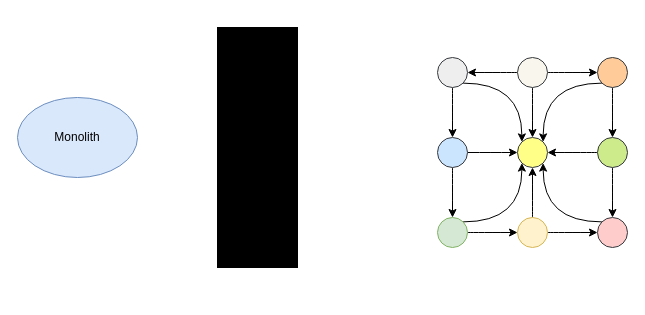
Earlier version of the draw.io diagram src/main/resources/static/images/Untitled Diagram.drawio (gunnarro/gunnarro-web). Source tidied: cells renumbered, new cells numbered last; positions are measured from the earlier drawing's top-left corner, leaving out a move shared by most shapes. Both pictures are drawn from the tidied source at 100%, with x=0, y=0 at pixel (17, 27).
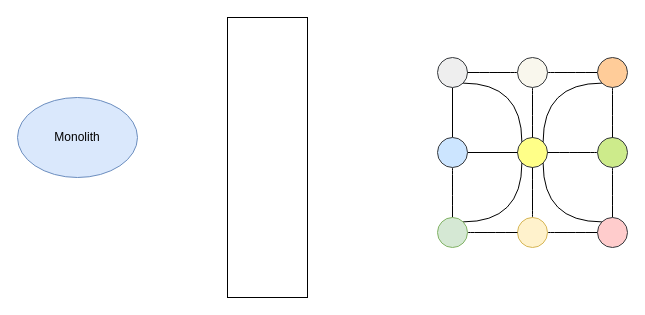
After the change.

Unchanged cells that the change refers to:
```xml
<mxCell id="6" style="ellipse;whiteSpace=wrap;html=1;fillColor=#eeeeee;strokeColor=#36393d;" parent="1" vertex="1">
  <mxGeometry x="420" y="30" width="30" height="30" as="geometry" />
</mxCell>
<mxCell id="7" style="ellipse;whiteSpace=wrap;html=1;fillColor=#ffff88;strokeColor=#36393d;" parent="1" vertex="1">
  <mxGeometry x="500" y="110" width="30" height="30" as="geometry" />
</mxCell>
<mxCell id="10" style="ellipse;whiteSpace=wrap;html=1;fillColor=#cce5ff;strokeColor=#36393d;" parent="1" vertex="1">
  <mxGeometry x="420" y="110" width="30" height="30" as="geometry" />
</mxCell>
<mxCell id="13" style="ellipse;whiteSpace=wrap;html=1;fillColor=#fff2cc;strokeColor=#d6b656;" parent="1" vertex="1">
  <mxGeometry x="500" y="190" width="30" height="30" as="geometry" />
</mxCell>
<mxCell id="16" style="ellipse;whiteSpace=wrap;html=1;fillColor=#cdeb8b;strokeColor=#36393d;" parent="1" vertex="1">
  <mxGeometry x="580" y="110" width="30" height="30" as="geometry" />
</mxCell>
<mxCell id="20" style="ellipse;whiteSpace=wrap;html=1;fillColor=#f9f7ed;strokeColor=#36393d;" parent="1" vertex="1">
  <mxGeometry x="500" y="30" width="30" height="30" as="geometry" />
</mxCell>
<mxCell id="23" style="ellipse;whiteSpace=wrap;html=1;fillColor=#ffcc99;strokeColor=#36393d;" parent="1" vertex="1">
  <mxGeometry x="580" y="30" width="30" height="30" as="geometry" />
</mxCell>
<mxCell id="25" style="ellipse;whiteSpace=wrap;html=1;fillColor=#ffcccc;strokeColor=#36393d;" parent="1" vertex="1">
  <mxGeometry x="580" y="190" width="30" height="30" as="geometry" />
</mxCell>
<mxCell id="28" style="ellipse;whiteSpace=wrap;html=1;fillColor=#d5e8d4;strokeColor=#82b366;" parent="1" vertex="1">
  <mxGeometry x="420" y="190" width="30" height="30" as="geometry" />
</mxCell>
```

Change to the diagram source:
```diff
@@
-    <mxCell id="3" style="rounded=0;whiteSpace=wrap;html=1;strokeColor=#000000;fillColor=#000000;" parent="1" vertex="1">
-      <mxGeometry x="200" width="80" height="240" as="geometry" />
+    <mxCell id="3" style="rounded=0;whiteSpace=wrap;html=1;strokeColor=#000000;fillColor=#FFFFFF;shadow=0;" parent="1" vertex="1">
+      <mxGeometry x="210" y="-10" width="80" height="280" as="geometry" />
     </mxCell>
-    <mxCell id="4" style="edgeStyle=orthogonalEdgeStyle;curved=1;rounded=0;jettySize=auto;html=1;exitX=1;exitY=1;exitDx=0;exitDy=0;entryX=0;entryY=0;entryDx=0;entryDy=0;elbow=vertical;" parent="1" edge="1" source="6" target="7">
+    <mxCell id="4" style="edgeStyle=orthogonalEdgeStyle;curved=1;rounded=0;jettySize=auto;html=1;exitX=1;exitY=1;exitDx=0;exitDy=0;entryX=0;entryY=0;entryDx=0;entryDy=0;elbow=vertical;endArrow=none;endFill=0;" parent="1" edge="1" source="6" target="7">
       <mxGeometry relative="1" as="geometry" />
     </mxCell>
-    <mxCell id="5" style="edgeStyle=orthogonalEdgeStyle;curved=1;rounded=0;jettySize=auto;html=1;exitX=0.5;exitY=1;exitDx=0;exitDy=0;entryX=0.5;entryY=0;entryDx=0;entryDy=0;elbow=vertical;" parent="1" edge="1" source="6" target="10">
+    <mxCell id="5" style="edgeStyle=orthogonalEdgeStyle;rounded=0;jettySize=auto;html=1;exitX=0.5;exitY=1;exitDx=0;exitDy=0;entryX=0.5;entryY=0;entryDx=0;entryDy=0;elbow=vertical;points=[[NaN,NaN,0,0,0],[NaN,NaN,0,0,0],[NaN,NaN,0,0,0],[NaN,NaN,0,0,0],[NaN,NaN,0,0,0],[NaN,NaN,0,0,0],[NaN,NaN,0,0,0],[NaN,NaN,0,0,0],[NaN,NaN,0,0,0],[NaN,NaN,0,0,0],[NaN,NaN,0,0,0],[NaN,NaN,0,0,0],[NaN,NaN,0,0,0],[NaN,NaN,0,0,0],[NaN,NaN,0,0,0],[NaN,NaN,0,0,0]];endArrow=none;endFill=0;" parent="1" edge="1" source="6" target="10">
       <mxGeometry relative="1" as="geometry" />
     </mxCell>
@@
-    <mxCell id="8" style="edgeStyle=orthogonalEdgeStyle;curved=1;rounded=0;jettySize=auto;html=1;exitX=1;exitY=0.5;exitDx=0;exitDy=0;elbow=vertical;" parent="1" edge="1" source="10">
+    <mxCell id="8" style="edgeStyle=orthogonalEdgeStyle;curved=1;rounded=0;jettySize=auto;html=1;exitX=1;exitY=0.5;exitDx=0;exitDy=0;elbow=vertical;endArrow=none;endFill=0;" parent="1" edge="1" source="10">
       <mxGeometry relative="1" as="geometry">
         <mxPoint x="500" y="125" as="targetPoint" />
       </mxGeometry>
     </mxCell>
-    <mxCell id="9" style="edgeStyle=orthogonalEdgeStyle;curved=1;rounded=0;jettySize=auto;html=1;exitX=0.5;exitY=1;exitDx=0;exitDy=0;entryX=0.5;entryY=0;entryDx=0;entryDy=0;elbow=vertical;" parent="1" edge="1" source="10" target="28">
+    <mxCell id="9" style="edgeStyle=orthogonalEdgeStyle;curved=1;rounded=0;jettySize=auto;html=1;exitX=0.5;exitY=1;exitDx=0;exitDy=0;entryX=0.5;entryY=0;entryDx=0;entryDy=0;elbow=vertical;endArrow=none;endFill=0;" parent="1" edge="1" source="10" target="28">
       <mxGeometry relative="1" as="geometry" />
     </mxCell>
@@
-    <mxCell id="11" style="edgeStyle=orthogonalEdgeStyle;curved=1;rounded=0;jettySize=auto;html=1;exitX=0.5;exitY=0;exitDx=0;exitDy=0;entryX=0.5;entryY=1;entryDx=0;entryDy=0;elbow=vertical;" parent="1" edge="1" source="13" target="7">
+    <mxCell id="11" style="edgeStyle=orthogonalEdgeStyle;curved=1;rounded=0;jettySize=auto;html=1;exitX=0.5;exitY=0;exitDx=0;exitDy=0;entryX=0.5;entryY=1;entryDx=0;entryDy=0;elbow=vertical;endArrow=none;endFill=0;" parent="1" edge="1" source="13" target="7">
       <mxGeometry relative="1" as="geometry" />
     </mxCell>
-    <mxCell id="12" style="edgeStyle=orthogonalEdgeStyle;curved=1;rounded=0;jettySize=auto;html=1;exitX=1;exitY=0.5;exitDx=0;exitDy=0;entryX=0;entryY=0.5;entryDx=0;entryDy=0;elbow=vertical;" parent="1" edge="1" source="13" target="25">
+    <mxCell id="12" style="edgeStyle=orthogonalEdgeStyle;curved=1;rounded=0;jettySize=auto;html=1;exitX=1;exitY=0.5;exitDx=0;exitDy=0;entryX=0;entryY=0.5;entryDx=0;entryDy=0;elbow=vertical;endArrow=none;endFill=0;" parent="1" edge="1" source="13" target="25">
       <mxGeometry relative="1" as="geometry" />
     </mxCell>
@@
-    <mxCell id="14" style="edgeStyle=orthogonalEdgeStyle;curved=1;rounded=0;jettySize=auto;html=1;exitX=0;exitY=0.5;exitDx=0;exitDy=0;entryX=1;entryY=0.5;entryDx=0;entryDy=0;elbow=vertical;" parent="1" edge="1" source="16" target="7">
+    <mxCell id="14" style="edgeStyle=orthogonalEdgeStyle;curved=1;rounded=0;jettySize=auto;html=1;exitX=0;exitY=0.5;exitDx=0;exitDy=0;entryX=1;entryY=0.5;entryDx=0;entryDy=0;elbow=vertical;endArrow=none;endFill=0;" parent="1" edge="1" source="16" target="7">
       <mxGeometry relative="1" as="geometry" />
     </mxCell>
-    <mxCell id="15" style="edgeStyle=orthogonalEdgeStyle;curved=1;rounded=0;jettySize=auto;html=1;exitX=0.5;exitY=1;exitDx=0;exitDy=0;entryX=0.5;entryY=0;entryDx=0;entryDy=0;elbow=vertical;" parent="1" edge="1" source="16" target="25">
+    <mxCell id="15" style="edgeStyle=orthogonalEdgeStyle;curved=1;rounded=0;jettySize=auto;html=1;exitX=0.5;exitY=1;exitDx=0;exitDy=0;entryX=0.5;entryY=0;entryDx=0;entryDy=0;elbow=vertical;endArrow=none;endFill=0;" parent="1" edge="1" source="16" target="25">
       <mxGeometry relative="1" as="geometry" />
     </mxCell>
@@
-    <mxCell id="17" style="edgeStyle=orthogonalEdgeStyle;curved=1;rounded=0;jettySize=auto;html=1;exitX=0.5;exitY=1;exitDx=0;exitDy=0;entryX=0.5;entryY=0;entryDx=0;entryDy=0;elbow=vertical;" parent="1" edge="1" source="20" target="7">
+    <mxCell id="17" style="edgeStyle=orthogonalEdgeStyle;curved=1;rounded=0;jettySize=auto;html=1;exitX=0.5;exitY=1;exitDx=0;exitDy=0;entryX=0.5;entryY=0;entryDx=0;entryDy=0;elbow=vertical;endArrow=none;endFill=0;" parent="1" edge="1" source="20" target="7">
       <mxGeometry relative="1" as="geometry" />
     </mxCell>
-    <mxCell id="18" style="edgeStyle=orthogonalEdgeStyle;curved=1;rounded=0;jettySize=auto;html=1;exitX=1;exitY=0.5;exitDx=0;exitDy=0;entryX=0;entryY=0.5;entryDx=0;entryDy=0;elbow=vertical;" parent="1" edge="1" source="20" target="23">
+    <mxCell id="18" style="edgeStyle=orthogonalEdgeStyle;curved=1;rounded=0;jettySize=auto;html=1;exitX=1;exitY=0.5;exitDx=0;exitDy=0;entryX=0;entryY=0.5;entryDx=0;entryDy=0;elbow=vertical;endArrow=none;endFill=0;" parent="1" edge="1" source="20" target="23">
       <mxGeometry relative="1" as="geometry" />
     </mxCell>
-    <mxCell id="19" style="edgeStyle=orthogonalEdgeStyle;curved=1;rounded=0;jettySize=auto;html=1;exitX=0;exitY=0.5;exitDx=0;exitDy=0;entryX=1;entryY=0.5;entryDx=0;entryDy=0;elbow=vertical;" parent="1" edge="1" source="20" target="6">
+    <mxCell id="19" style="edgeStyle=orthogonalEdgeStyle;curved=1;rounded=0;jettySize=auto;html=1;exitX=0;exitY=0.5;exitDx=0;exitDy=0;entryX=1;entryY=0.5;entryDx=0;entryDy=0;elbow=vertical;endArrow=none;endFill=0;" parent="1" edge="1" source="20" target="6">
       <mxGeometry relative="1" as="geometry" />
     </mxCell>
@@
-    <mxCell id="21" style="edgeStyle=orthogonalEdgeStyle;curved=1;rounded=0;jettySize=auto;html=1;exitX=0;exitY=1;exitDx=0;exitDy=0;entryX=1;entryY=0;entryDx=0;entryDy=0;elbow=vertical;" parent="1" edge="1" source="23" target="7">
+    <mxCell id="21" style="edgeStyle=orthogonalEdgeStyle;curved=1;rounded=0;jettySize=auto;html=1;exitX=0;exitY=1;exitDx=0;exitDy=0;entryX=1;entryY=0;entryDx=0;entryDy=0;elbow=vertical;endArrow=none;endFill=0;" parent="1" edge="1" source="23" target="7">
       <mxGeometry relative="1" as="geometry" />
     </mxCell>
-    <mxCell id="22" style="edgeStyle=orthogonalEdgeStyle;curved=1;rounded=0;jettySize=auto;html=1;exitX=0.5;exitY=1;exitDx=0;exitDy=0;entryX=0.5;entryY=0;entryDx=0;entryDy=0;elbow=vertical;" parent="1" edge="1" source="23" target="16">
+    <mxCell id="22" style="edgeStyle=orthogonalEdgeStyle;curved=1;rounded=0;jettySize=auto;html=1;exitX=0.5;exitY=1;exitDx=0;exitDy=0;entryX=0.5;entryY=0;entryDx=0;entryDy=0;elbow=vertical;endArrow=none;endFill=0;" parent="1" edge="1" source="23" target="16">
       <mxGeometry relative="1" as="geometry" />
     </mxCell>
@@
-    <mxCell id="24" style="edgeStyle=orthogonalEdgeStyle;curved=1;rounded=0;jettySize=auto;html=1;exitX=0;exitY=0;exitDx=0;exitDy=0;entryX=1;entryY=1;entryDx=0;entryDy=0;elbow=vertical;" parent="1" edge="1" source="25" target="7">
+    <mxCell id="24" style="edgeStyle=orthogonalEdgeStyle;curved=1;rounded=0;jettySize=auto;html=1;exitX=0;exitY=0;exitDx=0;exitDy=0;entryX=1;entryY=1;entryDx=0;entryDy=0;elbow=vertical;endArrow=none;endFill=0;" parent="1" edge="1" source="25" target="7">
       <mxGeometry relative="1" as="geometry" />
     </mxCell>
@@
-    <mxCell id="26" style="edgeStyle=orthogonalEdgeStyle;curved=1;rounded=0;jettySize=auto;html=1;exitX=1;exitY=0;exitDx=0;exitDy=0;entryX=0;entryY=1;entryDx=0;entryDy=0;elbow=vertical;" parent="1" edge="1" source="28" target="7">
+    <mxCell id="26" style="edgeStyle=orthogonalEdgeStyle;curved=1;rounded=0;jettySize=auto;html=1;exitX=1;exitY=0;exitDx=0;exitDy=0;entryX=0;entryY=1;entryDx=0;entryDy=0;elbow=vertical;endArrow=none;endFill=0;" parent="1" edge="1" source="28" target="7">
       <mxGeometry relative="1" as="geometry" />
     </mxCell>
-    <mxCell id="27" style="edgeStyle=orthogonalEdgeStyle;curved=1;rounded=0;jettySize=auto;html=1;exitX=1;exitY=0.5;exitDx=0;exitDy=0;entryX=0;entryY=0.5;entryDx=0;entryDy=0;elbow=vertical;" parent="1" edge="1" source="28" target="13">
+    <mxCell id="27" style="edgeStyle=orthogonalEdgeStyle;curved=1;rounded=0;jettySize=auto;html=1;exitX=1;exitY=0.5;exitDx=0;exitDy=0;entryX=0;entryY=0.5;entryDx=0;entryDy=0;elbow=vertical;endArrow=none;endFill=0;" parent="1" edge="1" source="28" target="13">
       <mxGeometry relative="1" as="geometry" />
     </mxCell>
```
